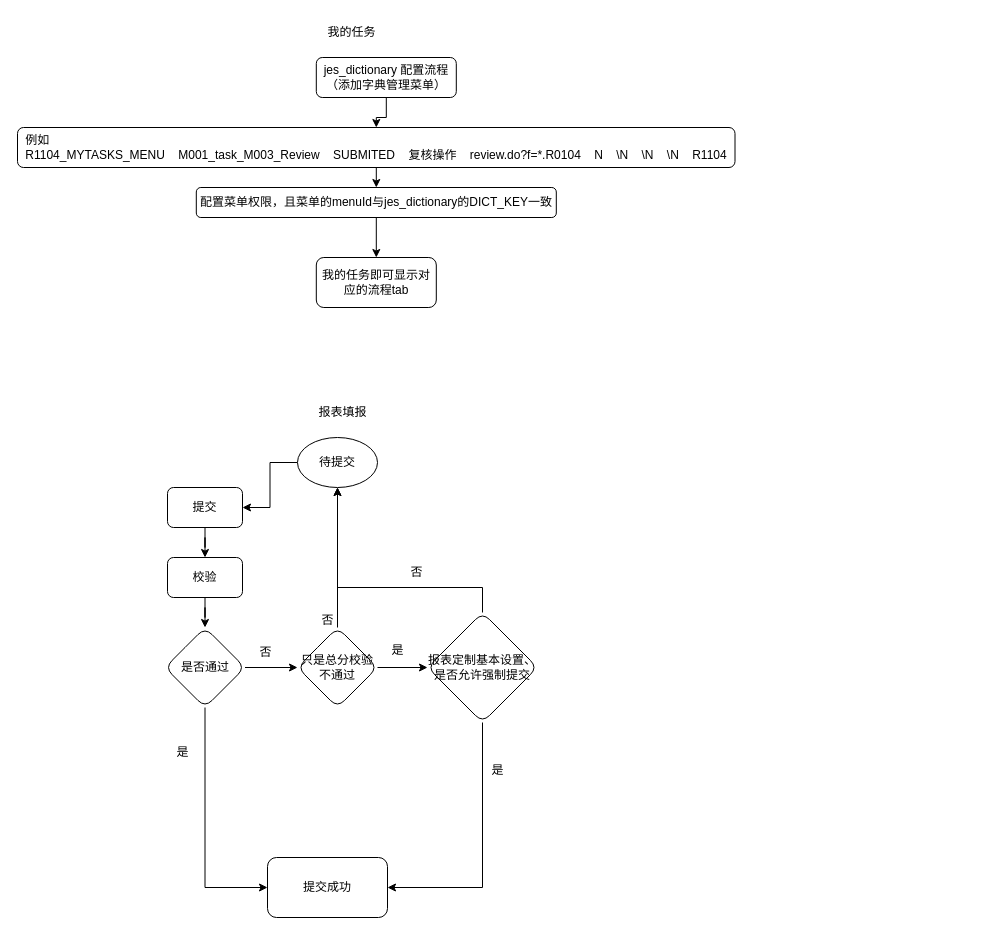
Earlier version of the draw.io diagram regulation-bussiness.drawio (JiaYzhang/WebResearch). Source tidied: cells renumbered, new cells numbered last; positions are measured from the earlier drawing's top-left corner, leaving out a move shared by most shapes. Both pictures are drawn from the tidied source at 100%, with x=0, y=0 at pixel (17, 17).
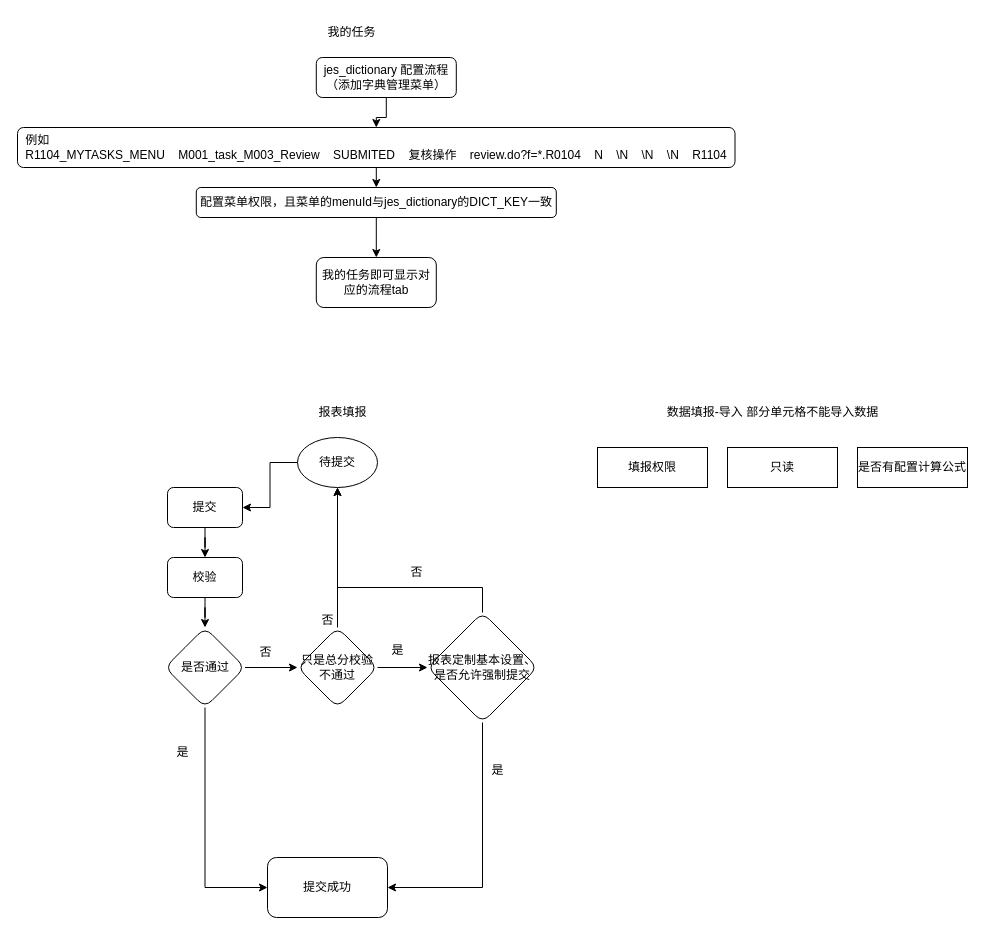
The same diagram, later.

Diff of the diagram source:
```diff
@@
+    <mxCell id="33" value="数据填报-导入 部分单元格不能导入数据" style="text;html=1;align=center;verticalAlign=middle;strokeColor=none;fillColor=none;" parent="1" vertex="1">
+      <mxGeometry x="640" y="380" width="230" height="30" as="geometry" />
+    </mxCell>
+    <mxCell id="34" value="填报权限" style="rounded=0;whiteSpace=wrap;html=1;" parent="1" vertex="1">
+      <mxGeometry x="580" y="430" width="110" height="40" as="geometry" />
+    </mxCell>
+    <mxCell id="35" value="只读" style="rounded=0;whiteSpace=wrap;html=1;" parent="1" vertex="1">
+      <mxGeometry x="710" y="430" width="110" height="40" as="geometry" />
+    </mxCell>
+    <mxCell id="36" value="是否有配置计算公式" style="rounded=0;whiteSpace=wrap;html=1;" parent="1" vertex="1">
+      <mxGeometry x="840" y="430" width="110" height="40" as="geometry" />
+    </mxCell>
```
